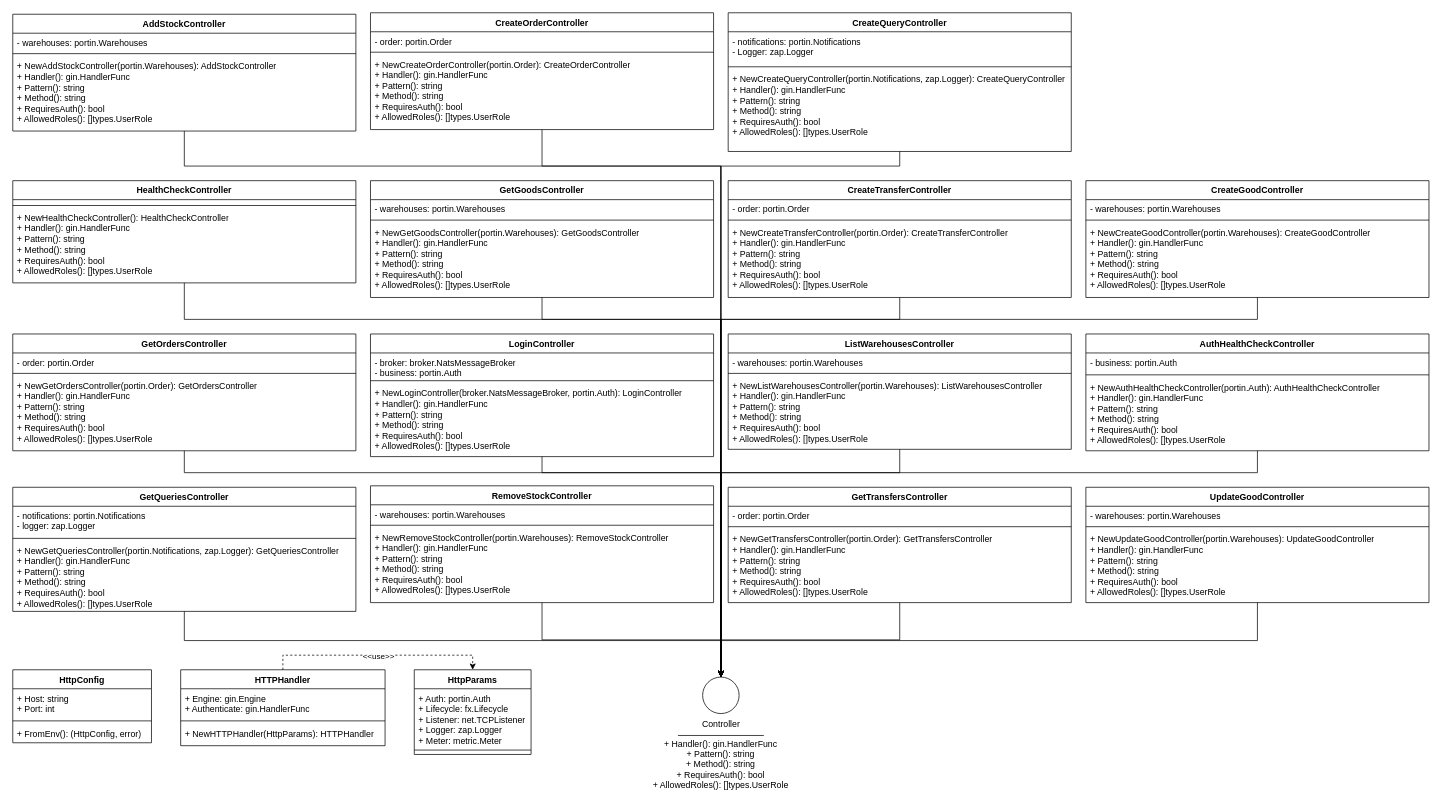
Before: page "adapterin" (3 of 4) of assets/drawio/apigateway.drawio in alimitedgroup/alimitedgroup.github.io, a draw.io diagram. Source tidied: cells renumbered, new cells numbered last; positions are measured from the earlier drawing's top-left corner, leaving out a move shared by most shapes. Both pictures are drawn from the tidied source at 73%, with x=0, y=0 at pixel (12, 12).
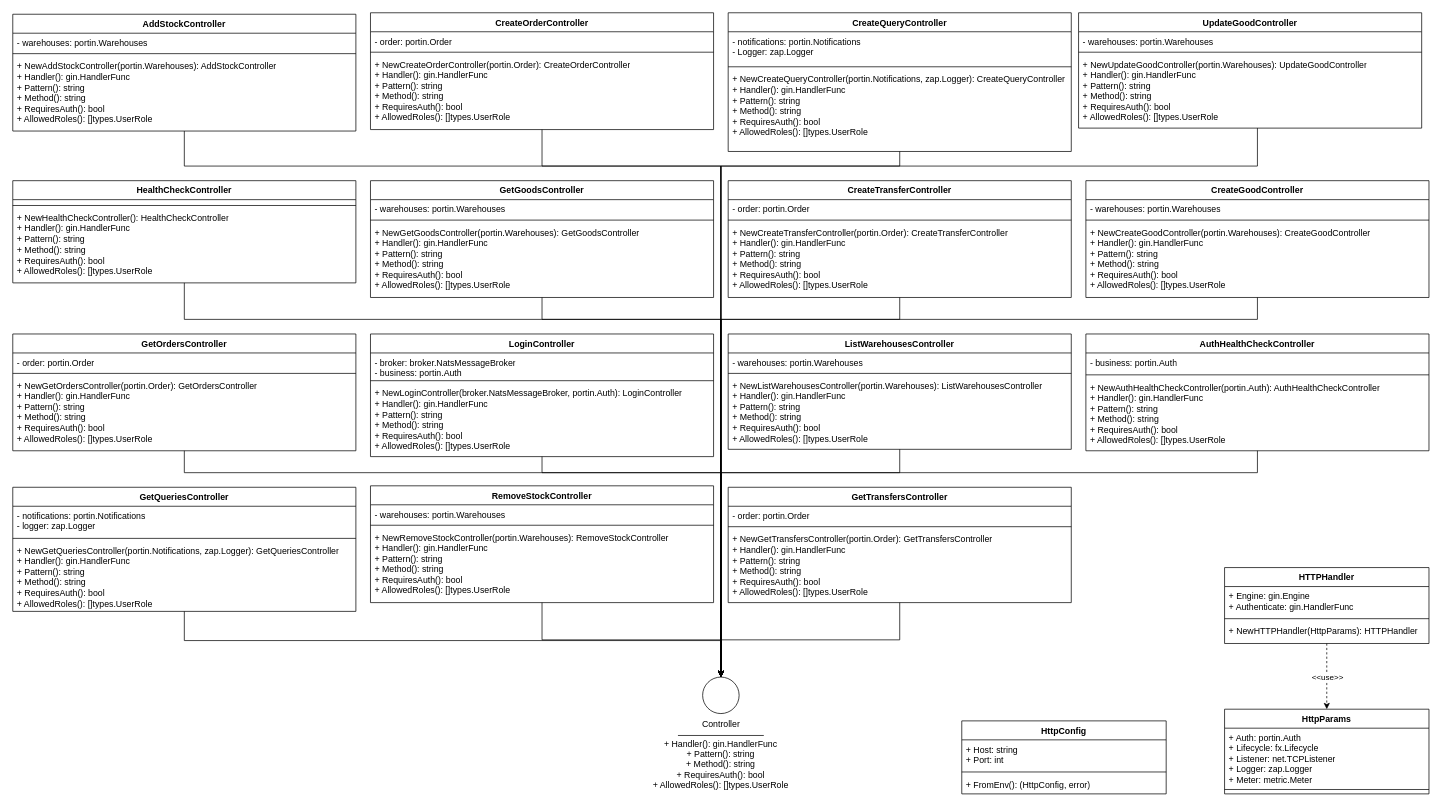
Above is the later version.

Commit message:
gateway: adapterout

The change refers to these unchanged cells:
```xml
<mxCell id="89" style="ellipse;whiteSpace=wrap;html=1;" parent="1" vertex="1">
  <mxGeometry x="945" y="910" width="50" height="50" as="geometry" />
</mxCell>
```

Diff of the diagram source:
```diff
@@
     <mxCell id="37" value="HTTPHandler" style="swimlane;fontStyle=1;align=center;verticalAlign=top;horizontal=1;startSize=26;whiteSpace=wrap;html=1;" parent="1" vertex="1">
-      <mxGeometry x="230" y="900" width="280" height="104" as="geometry" />
+      <mxGeometry x="1660" y="760" width="280" height="104" as="geometry" />
     </mxCell>
@@
     <mxCell id="41" value="HttpParams" style="swimlane;fontStyle=1;align=center;verticalAlign=top;horizontal=1;startSize=26;whiteSpace=wrap;html=1;" parent="1" vertex="1">
-      <mxGeometry x="550" y="900" width="160" height="116" as="geometry" />
+      <mxGeometry x="1660" y="954" width="280" height="116" as="geometry" />
     </mxCell>
     <mxCell id="42" value="+ Auth: portin.Auth&lt;br&gt;+ Lifecycle: fx.Lifecycle&lt;br&gt;+ Listener: net.TCPListener&lt;br&gt;+ Logger: zap.Logger&lt;br&gt;+ Meter: metric.Meter" style="text;strokeColor=none;fillColor=none;align=left;verticalAlign=top;spacingLeft=4;spacingRight=4;overflow=hidden;whiteSpace=wrap;html=1;" parent="41" vertex="1">
-      <mxGeometry y="26" width="160" height="80" as="geometry" />
+      <mxGeometry y="26" width="280" height="80" as="geometry" />
     </mxCell>
     <mxCell id="43" style="line;strokeWidth=1;fillColor=none;align=left;verticalAlign=middle;spacingTop=-1;spacingLeft=3;spacingRight=3;labelPosition=right;strokeColor=inherit;" parent="41" vertex="1">
-      <mxGeometry y="106" width="160" height="8" as="geometry" />
+      <mxGeometry y="106" width="280" height="8" as="geometry" />
     </mxCell>
     <mxCell id="44" style="text;strokeColor=none;fillColor=none;align=left;verticalAlign=top;spacingLeft=4;spacingRight=4;overflow=hidden;whiteSpace=wrap;html=1;" parent="41" vertex="1">
-      <mxGeometry y="114" width="160" height="2" as="geometry" />
+      <mxGeometry y="114" width="280" height="2" as="geometry" />
     </mxCell>
     <mxCell id="45" value="HttpConfig" style="swimlane;fontStyle=1;align=center;verticalAlign=top;horizontal=1;startSize=26;whiteSpace=wrap;html=1;" parent="1" vertex="1">
-      <mxGeometry y="900" width="190" height="100" as="geometry" />
+      <mxGeometry x="1300" y="970" width="280" height="100" as="geometry" />
     </mxCell>
     <mxCell id="46" value="+ Host: string&lt;br&gt;+ Port: int" style="text;strokeColor=none;fillColor=none;align=left;verticalAlign=top;spacingLeft=4;spacingRight=4;overflow=hidden;whiteSpace=wrap;html=1;" parent="45" vertex="1">
-      <mxGeometry y="26" width="190" height="40" as="geometry" />
+      <mxGeometry y="26" width="280" height="40" as="geometry" />
     </mxCell>
     <mxCell id="47" style="line;strokeWidth=1;fillColor=none;align=left;verticalAlign=middle;spacingTop=-1;spacingLeft=3;spacingRight=3;labelPosition=right;strokeColor=inherit;" parent="45" vertex="1">
-      <mxGeometry y="66" width="190" height="8" as="geometry" />
+      <mxGeometry y="66" width="280" height="8" as="geometry" />
     </mxCell>
     <mxCell id="48" value="+ FromEnv(): (HttpConfig, error)" style="text;strokeColor=none;fillColor=none;align=left;verticalAlign=top;spacingLeft=4;spacingRight=4;overflow=hidden;whiteSpace=wrap;html=1;" parent="45" vertex="1">
-      <mxGeometry y="74" width="190" height="26" as="geometry" />
+      <mxGeometry y="74" width="280" height="26" as="geometry" />
     </mxCell>
@@
     <mxCell id="84" style="edgeStyle=orthogonalEdgeStyle;rounded=0;jettySize=auto;html=1;entryX=0.5;entryY=0;entryDx=0;entryDy=0;" parent="1" edge="1" source="85" target="89">
       <mxGeometry relative="1" as="geometry">
         <Array as="points">
-          <mxPoint x="1705" y="860" />
-          <mxPoint x="970" y="860" />
+          <mxPoint x="1705" y="210" />
+          <mxPoint x="970" y="210" />
         </Array>
       </mxGeometry>
     </mxCell>
     <mxCell id="85" value="UpdateGoodController" style="swimlane;fontStyle=1;align=center;verticalAlign=top;horizontal=1;startSize=26;whiteSpace=wrap;html=1;" parent="1" vertex="1">
-      <mxGeometry x="1470" y="650" width="470" height="158" as="geometry" />
+      <mxGeometry x="1460" width="470" height="158" as="geometry" />
     </mxCell>
@@
-    <mxCell id="93" style="edgeStyle=orthogonalEdgeStyle;rounded=0;jettySize=auto;html=1;entryX=0.5;entryY=0;entryDx=0;entryDy=0;exitX=0.5;exitY=0;exitDx=0;exitDy=0;dashed=1;" parent="1" edge="1" source="37" target="41">
+    <mxCell id="93" style="edgeStyle=orthogonalEdgeStyle;rounded=0;jettySize=auto;html=1;entryX=0.5;entryY=0;entryDx=0;entryDy=0;dashed=1;" parent="1" edge="1" source="37" target="41">
       <mxGeometry relative="1" as="geometry" />
     </mxCell>
     <mxCell id="94" value="&amp;lt;&amp;lt;use&amp;gt;&amp;gt;" style="edgeLabel;html=1;align=center;verticalAlign=middle;" parent="93" vertex="1">
       <mxGeometry x="0.13" y="-1" relative="1" as="geometry">
-        <mxPoint x="-19" as="offset" />
+        <mxPoint x="1" y="-5" as="offset" />
       </mxGeometry>
     </mxCell>
```
